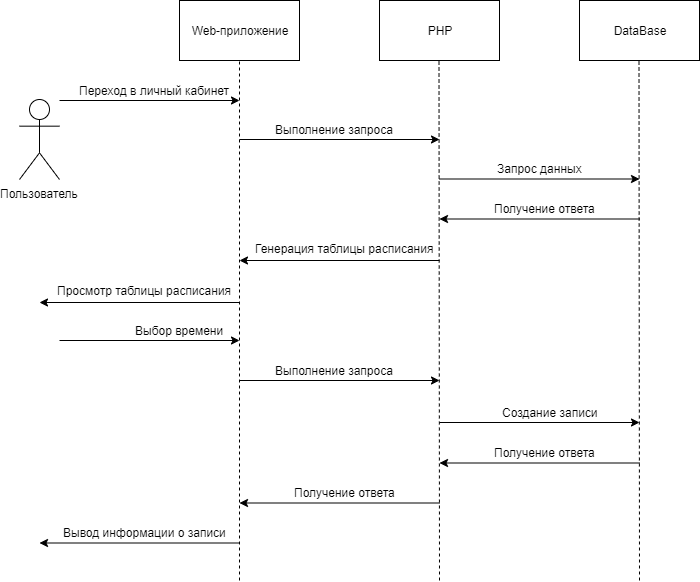
Before: Диаграммы/Диаграмма последовательности записи.png, a diagram exported from draw.io (AntonRakov/vkr). Source tidied: cells renumbered, new cells last; positions are measured from the earlier drawing's top-left corner, leaving out a move shared by most shapes.
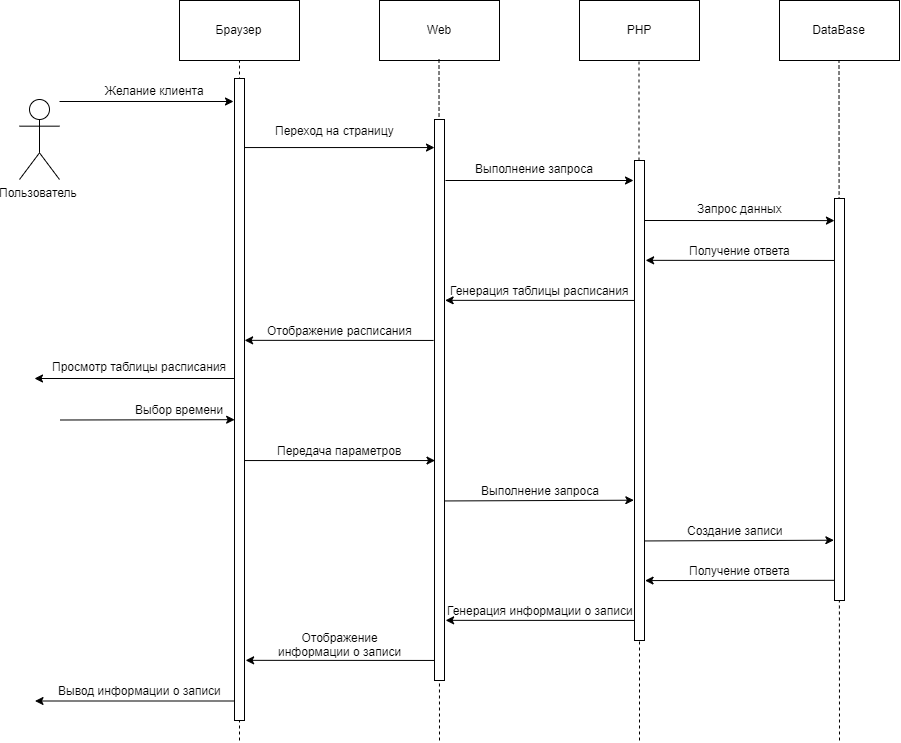
The same file after the commit.

What changed in the source:
```diff
@@ -2,142 +2,199 @@
   <root>
     <mxCell id="0" />
     <mxCell id="1" parent="0" />
-    <mxCell id="2" style="edgeStyle=orthogonalEdgeStyle;rounded=0;orthogonalLoop=1;jettySize=auto;html=1;endArrow=classic;endFill=1;" parent="1" edge="1">
-      <mxGeometry relative="1" as="geometry">
-        <mxPoint x="40" y="100" as="sourcePoint" />
-        <mxPoint x="220" y="100" as="targetPoint" />
-      </mxGeometry>
-    </mxCell>
     <mxCell id="3" value="Пользователь" style="shape=umlActor;verticalLabelPosition=bottom;labelBackgroundColor=#ffffff;verticalAlign=top;html=1;" parent="1" vertex="1">
       <mxGeometry y="99" width="40" height="80" as="geometry" />
     </mxCell>
-    <mxCell id="4" value="Web-приложение" style="rounded=0;whiteSpace=wrap;html=1;" parent="1" vertex="1">
+    <mxCell id="4" value="Браузер" style="rounded=0;whiteSpace=wrap;html=1;" parent="1" vertex="1">
       <mxGeometry x="160" width="120" height="60" as="geometry" />
     </mxCell>
     <mxCell id="5" value="PHP" style="rounded=0;whiteSpace=wrap;html=1;" parent="1" vertex="1">
-      <mxGeometry x="360" width="120" height="60" as="geometry" />
+      <mxGeometry x="560" width="120" height="60" as="geometry" />
     </mxCell>
     <mxCell id="6" value="DataBase" style="rounded=0;whiteSpace=wrap;html=1;" parent="1" vertex="1">
-      <mxGeometry x="560" width="120" height="60" as="geometry" />
+      <mxGeometry x="760" width="120" height="60" as="geometry" />
     </mxCell>
     <mxCell id="7" style="endArrow=none;dashed=1;html=1;entryX=0.5;entryY=1;entryDx=0;entryDy=0;" parent="1" edge="1" target="4">
       <mxGeometry relative="1" as="geometry">
-        <mxPoint x="220" y="580" as="sourcePoint" />
+        <mxPoint x="220" y="740" as="sourcePoint" />
       </mxGeometry>
     </mxCell>
-    <mxCell id="8" style="endArrow=none;dashed=1;html=1;entryX=0.5;entryY=1;entryDx=0;entryDy=0;" parent="1" edge="1">
+    <mxCell id="8" style="endArrow=none;dashed=1;html=1;entryX=0.5;entryY=1;entryDx=0;entryDy=0;" parent="1" edge="1" source="42">
       <mxGeometry relative="1" as="geometry">
-        <mxPoint x="420" y="580" as="sourcePoint" />
-        <mxPoint x="419.5" y="60" as="targetPoint" />
+        <mxPoint x="619.5" y="60" as="targetPoint" />
       </mxGeometry>
     </mxCell>
     <mxCell id="9" style="endArrow=none;dashed=1;html=1;entryX=0.5;entryY=1;entryDx=0;entryDy=0;" parent="1" edge="1">
       <mxGeometry relative="1" as="geometry">
-        <mxPoint x="620" y="580" as="sourcePoint" />
-        <mxPoint x="619.5" y="60" as="targetPoint" />
+        <mxPoint x="820" y="740" as="sourcePoint" />
+        <mxPoint x="819.5" y="60" as="targetPoint" />
       </mxGeometry>
     </mxCell>
-    <mxCell id="10" style="edgeStyle=orthogonalEdgeStyle;rounded=0;orthogonalLoop=1;jettySize=auto;html=1;endArrow=classic;endFill=1;" parent="1" edge="1">
-      <mxGeometry relative="1" as="geometry">
-        <mxPoint x="220" y="139" as="sourcePoint" />
-        <mxPoint x="420" y="139" as="targetPoint" />
-      </mxGeometry>
-    </mxCell>
-    <mxCell id="11" style="edgeStyle=orthogonalEdgeStyle;rounded=0;orthogonalLoop=1;jettySize=auto;html=1;endArrow=classic;endFill=1;" parent="1" edge="1">
-      <mxGeometry relative="1" as="geometry">
-        <mxPoint x="420" y="178.5" as="sourcePoint" />
-        <mxPoint x="620" y="178.5" as="targetPoint" />
-      </mxGeometry>
-    </mxCell>
-    <mxCell id="12" value="Переход в личный кабинет" style="text;html=1;align=center;verticalAlign=middle;" parent="1" vertex="1">
-      <mxGeometry x="50" y="80" width="170" height="20" as="geometry" />
+    <mxCell id="12" value="Желание клиента" style="text;html=1;align=center;verticalAlign=middle;" parent="1" vertex="1">
+      <mxGeometry x="80" y="80" width="110" height="20" as="geometry" />
     </mxCell>
     <mxCell id="13" value="Выполнение запроса" style="text;html=1;align=center;verticalAlign=middle;" parent="1" vertex="1">
-      <mxGeometry x="250" y="119" width="130" height="20" as="geometry" />
+      <mxGeometry x="450" y="158" width="130" height="20" as="geometry" />
     </mxCell>
     <mxCell id="14" value="Запрос данных" style="text;html=1;align=center;verticalAlign=middle;" parent="1" vertex="1">
-      <mxGeometry x="470" y="158" width="100" height="20" as="geometry" />
+      <mxGeometry x="670" y="198" width="100" height="20" as="geometry" />
     </mxCell>
-    <mxCell id="15" style="edgeStyle=orthogonalEdgeStyle;rounded=0;orthogonalLoop=1;jettySize=auto;html=1;endArrow=none;endFill=0;startArrow=classic;startFill=1;" parent="1" edge="1">
-      <mxGeometry relative="1" as="geometry">
-        <mxPoint x="220" y="260" as="sourcePoint" />
-        <mxPoint x="420" y="260" as="targetPoint" />
-      </mxGeometry>
-    </mxCell>
-    <mxCell id="16" style="edgeStyle=orthogonalEdgeStyle;rounded=0;orthogonalLoop=1;jettySize=auto;html=1;endArrow=none;endFill=0;startArrow=classic;startFill=1;" parent="1" edge="1">
-      <mxGeometry relative="1" as="geometry">
-        <mxPoint x="420" y="218.5" as="sourcePoint" />
-        <mxPoint x="620" y="218.5" as="targetPoint" />
-      </mxGeometry>
-    </mxCell>
     <mxCell id="17" value="Получение ответа" style="text;html=1;align=center;verticalAlign=middle;" parent="1" vertex="1">
-      <mxGeometry x="465" y="198" width="120" height="20" as="geometry" />
+      <mxGeometry x="660" y="240" width="120" height="20" as="geometry" />
     </mxCell>
     <mxCell id="18" value="Генерация таблицы расписания" style="text;html=1;align=center;verticalAlign=middle;" parent="1" vertex="1">
-      <mxGeometry x="230" y="238" width="190" height="20" as="geometry" />
+      <mxGeometry x="425" y="280" width="190" height="20" as="geometry" />
     </mxCell>
-    <mxCell id="19" style="edgeStyle=orthogonalEdgeStyle;rounded=0;orthogonalLoop=1;jettySize=auto;html=1;endArrow=classic;endFill=1;" parent="1" edge="1">
-      <mxGeometry relative="1" as="geometry">
-        <mxPoint x="40" y="340" as="sourcePoint" />
-        <mxPoint x="220" y="340" as="targetPoint" />
-      </mxGeometry>
-    </mxCell>
     <mxCell id="20" value="Выбор времени" style="text;html=1;align=center;verticalAlign=middle;" parent="1" vertex="1">
-      <mxGeometry x="110" y="320" width="100" height="20" as="geometry" />
+      <mxGeometry x="110.5" y="398.5" width="100" height="20" as="geometry" />
     </mxCell>
-    <mxCell id="21" style="edgeStyle=orthogonalEdgeStyle;rounded=0;orthogonalLoop=1;jettySize=auto;html=1;endArrow=classic;endFill=1;" parent="1" edge="1">
-      <mxGeometry relative="1" as="geometry">
-        <mxPoint x="220" y="380" as="sourcePoint" />
-        <mxPoint x="420" y="380" as="targetPoint" />
-      </mxGeometry>
-    </mxCell>
     <mxCell id="22" value="Выполнение запроса" style="text;html=1;align=center;verticalAlign=middle;" parent="1" vertex="1">
-      <mxGeometry x="250" y="360" width="130" height="20" as="geometry" />
+      <mxGeometry x="455.5" y="480" width="130" height="20" as="geometry" />
     </mxCell>
-    <mxCell id="23" style="edgeStyle=orthogonalEdgeStyle;rounded=0;orthogonalLoop=1;jettySize=auto;html=1;endArrow=classic;endFill=1;" parent="1" edge="1">
-      <mxGeometry relative="1" as="geometry">
-        <mxPoint x="420" y="422" as="sourcePoint" />
-        <mxPoint x="620" y="422" as="targetPoint" />
-      </mxGeometry>
-    </mxCell>
     <mxCell id="24" value="Создание записи" style="text;html=1;align=center;verticalAlign=middle;" parent="1" vertex="1">
-      <mxGeometry x="475" y="402" width="110" height="20" as="geometry" />
+      <mxGeometry x="660.5" y="520" width="110" height="20" as="geometry" />
     </mxCell>
-    <mxCell id="25" style="edgeStyle=orthogonalEdgeStyle;rounded=0;orthogonalLoop=1;jettySize=auto;html=1;endArrow=none;endFill=0;startArrow=classic;startFill=1;" parent="1" edge="1">
-      <mxGeometry relative="1" as="geometry">
-        <mxPoint x="420" y="462.5" as="sourcePoint" />
-        <mxPoint x="620" y="462.5" as="targetPoint" />
-      </mxGeometry>
-    </mxCell>
-    <mxCell id="26" value="Получение ответа" style="text;html=1;align=center;verticalAlign=middle;" parent="1" vertex="1">
-      <mxGeometry x="465" y="442" width="120" height="20" as="geometry" />
-    </mxCell>
-    <mxCell id="27" style="edgeStyle=orthogonalEdgeStyle;rounded=0;orthogonalLoop=1;jettySize=auto;html=1;endArrow=none;endFill=0;startArrow=classic;startFill=1;" parent="1" edge="1">
-      <mxGeometry relative="1" as="geometry">
-        <mxPoint x="220" y="502.5" as="sourcePoint" />
-        <mxPoint x="420" y="502.5" as="targetPoint" />
-      </mxGeometry>
-    </mxCell>
-    <mxCell id="28" value="Получение ответа" style="text;html=1;align=center;verticalAlign=middle;" parent="1" vertex="1">
-      <mxGeometry x="265" y="482" width="120" height="20" as="geometry" />
-    </mxCell>
-    <mxCell id="29" style="edgeStyle=orthogonalEdgeStyle;rounded=0;orthogonalLoop=1;jettySize=auto;html=1;endArrow=none;endFill=0;startArrow=classic;startFill=1;" parent="1" edge="1">
-      <mxGeometry relative="1" as="geometry">
-        <mxPoint x="20" y="542.5" as="sourcePoint" />
-        <mxPoint x="220" y="542.5" as="targetPoint" />
-      </mxGeometry>
-    </mxCell>
-    <mxCell id="30" value="Вывод информации о записи" style="text;html=1;align=center;verticalAlign=middle;" parent="1" vertex="1">
-      <mxGeometry x="35" y="522" width="180" height="20" as="geometry" />
-    </mxCell>
     <mxCell id="31" style="edgeStyle=orthogonalEdgeStyle;rounded=0;orthogonalLoop=1;jettySize=auto;html=1;endArrow=none;endFill=0;startArrow=classic;startFill=1;" parent="1" edge="1">
       <mxGeometry relative="1" as="geometry">
-        <mxPoint x="20" y="302" as="sourcePoint" />
-        <mxPoint x="220" y="302" as="targetPoint" />
+        <mxPoint x="15" y="378" as="sourcePoint" />
+        <mxPoint x="215" y="378" as="targetPoint" />
       </mxGeometry>
     </mxCell>
     <mxCell id="32" value="Просмотр таблицы расписания" style="text;html=1;align=center;verticalAlign=middle;" parent="1" vertex="1">
-      <mxGeometry x="30" y="280" width="190" height="20" as="geometry" />
+      <mxGeometry x="25" y="356" width="190" height="20" as="geometry" />
     </mxCell>
+    <mxCell id="33" style="html=1;points=[];perimeter=orthogonalPerimeter;" parent="1" vertex="1">
+      <mxGeometry x="215" y="78" width="10" height="642" as="geometry" />
+    </mxCell>
+    <mxCell id="34" style="endArrow=classic;html=1;entryX=-0.036;entryY=0.545;entryDx=0;entryDy=0;entryPerimeter=0;" parent="1" edge="1">
+      <mxGeometry relative="1" as="geometry">
+        <mxPoint x="40.5" y="419.5" as="sourcePoint" />
+        <mxPoint x="215.1" y="419.2" as="targetPoint" />
+      </mxGeometry>
+    </mxCell>
+    <mxCell id="35" style="endArrow=classic;html=1;" parent="1" edge="1">
+      <mxGeometry relative="1" as="geometry">
+        <mxPoint x="40" y="101" as="sourcePoint" />
+        <mxPoint x="214" y="101" as="targetPoint" />
+      </mxGeometry>
+    </mxCell>
+    <mxCell id="36" value="Web" style="rounded=0;whiteSpace=wrap;html=1;" parent="1" vertex="1">
+      <mxGeometry x="360" width="120" height="60" as="geometry" />
+    </mxCell>
+    <mxCell id="37" style="endArrow=none;dashed=1;html=1;entryX=0.5;entryY=1;entryDx=0;entryDy=0;" parent="1" edge="1">
+      <mxGeometry relative="1" as="geometry">
+        <mxPoint x="420" y="740" as="sourcePoint" />
+        <mxPoint x="419.5" y="59" as="targetPoint" />
+      </mxGeometry>
+    </mxCell>
+    <mxCell id="38" style="html=1;points=[];perimeter=orthogonalPerimeter;" parent="1" vertex="1">
+      <mxGeometry x="415" y="119" width="10" height="561" as="geometry" />
+    </mxCell>
+    <mxCell id="39" style="endArrow=classic;html=1;entryX=0;entryY=0.05;entryDx=0;entryDy=0;entryPerimeter=0;exitX=1.013;exitY=0.127;exitDx=0;exitDy=0;exitPerimeter=0;" parent="1" edge="1" source="33" target="38">
+      <mxGeometry relative="1" as="geometry" />
+    </mxCell>
+    <mxCell id="40" value="Переход на страницу" style="text;html=1;align=center;verticalAlign=middle;" parent="1" vertex="1">
+      <mxGeometry x="250" y="120" width="130" height="20" as="geometry" />
+    </mxCell>
+    <mxCell id="41" style="endArrow=classic;html=1;" parent="1" edge="1">
+      <mxGeometry relative="1" as="geometry">
+        <mxPoint x="426" y="180" as="sourcePoint" />
+        <mxPoint x="614" y="180" as="targetPoint" />
+      </mxGeometry>
+    </mxCell>
+    <mxCell id="42" style="html=1;points=[];perimeter=orthogonalPerimeter;" parent="1" vertex="1">
+      <mxGeometry x="615" y="160" width="10" height="480" as="geometry" />
+    </mxCell>
+    <mxCell id="43" style="endArrow=none;dashed=1;html=1;entryX=0.5;entryY=1;entryDx=0;entryDy=0;" parent="1" edge="1" target="42">
+      <mxGeometry relative="1" as="geometry">
+        <mxPoint x="620" y="740" as="sourcePoint" />
+      </mxGeometry>
+    </mxCell>
+    <mxCell id="44" style="html=1;points=[];perimeter=orthogonalPerimeter;" parent="1" vertex="1">
+      <mxGeometry x="815" y="198" width="10" height="402" as="geometry" />
+    </mxCell>
+    <mxCell id="45" style="endArrow=classic;html=1;entryX=1.062;entryY=0.312;entryDx=0;entryDy=0;entryPerimeter=0;exitX=-0.042;exitY=0.256;exitDx=0;exitDy=0;exitPerimeter=0;" parent="1" edge="1">
+      <mxGeometry relative="1" as="geometry">
+        <mxPoint x="614.6" y="300" as="sourcePoint" />
+        <mxPoint x="425.6" y="299.8" as="targetPoint" />
+      </mxGeometry>
+    </mxCell>
+    <mxCell id="46" style="endArrow=classic;html=1;entryX=1.062;entryY=0.312;entryDx=0;entryDy=0;entryPerimeter=0;exitX=-0.042;exitY=0.256;exitDx=0;exitDy=0;exitPerimeter=0;" parent="1" edge="1">
+      <mxGeometry relative="1" as="geometry">
+        <mxPoint x="414.1" y="340" as="sourcePoint" />
+        <mxPoint x="225.1" y="339.8" as="targetPoint" />
+      </mxGeometry>
+    </mxCell>
+    <mxCell id="47" value="Отображение расписания" style="text;html=1;align=center;verticalAlign=middle;" parent="1" vertex="1">
+      <mxGeometry x="240" y="320" width="160" height="20" as="geometry" />
+    </mxCell>
+    <mxCell id="48" style="endArrow=classic;html=1;entryX=0;entryY=0.05;entryDx=0;entryDy=0;entryPerimeter=0;exitX=1.013;exitY=0.127;exitDx=0;exitDy=0;exitPerimeter=0;" parent="1" edge="1">
+      <mxGeometry relative="1" as="geometry">
+        <mxPoint x="225.5" y="460" as="sourcePoint" />
+        <mxPoint x="415.5" y="460" as="targetPoint" />
+      </mxGeometry>
+    </mxCell>
+    <mxCell id="49" value="Передача параметров" style="text;html=1;align=center;verticalAlign=middle;" parent="1" vertex="1">
+      <mxGeometry x="250.5" y="440" width="140" height="20" as="geometry" />
+    </mxCell>
+    <mxCell id="50" style="endArrow=classic;html=1;exitX=1;exitY=0.152;exitDx=0;exitDy=0;exitPerimeter=0;entryX=-0.114;entryY=0.06;entryDx=0;entryDy=0;entryPerimeter=0;" parent="1" edge="1">
+      <mxGeometry relative="1" as="geometry">
+        <mxPoint x="425.5" y="500.5" as="sourcePoint" />
+        <mxPoint x="614.4" y="499.7" as="targetPoint" />
+      </mxGeometry>
+    </mxCell>
+    <mxCell id="51" style="endArrow=classic;html=1;exitX=1;exitY=0.152;exitDx=0;exitDy=0;exitPerimeter=0;entryX=-0.114;entryY=0.06;entryDx=0;entryDy=0;entryPerimeter=0;" parent="1" edge="1">
+      <mxGeometry relative="1" as="geometry">
+        <mxPoint x="625.5" y="540.5" as="sourcePoint" />
+        <mxPoint x="814.4" y="539.7" as="targetPoint" />
+      </mxGeometry>
+    </mxCell>
+    <mxCell id="52" value="Получение ответа" style="text;html=1;align=center;verticalAlign=middle;" parent="1" vertex="1">
+      <mxGeometry x="660.5" y="560" width="120" height="20" as="geometry" />
+    </mxCell>
+    <mxCell id="53" style="endArrow=classic;html=1;entryX=1.007;entryY=0.278;entryDx=0;entryDy=0;entryPerimeter=0;exitX=-0.091;exitY=0.192;exitDx=0;exitDy=0;exitPerimeter=0;" parent="1" edge="1">
+      <mxGeometry relative="1" as="geometry">
+        <mxPoint x="814.6" y="579.8" as="sourcePoint" />
+        <mxPoint x="625.6" y="580.1" as="targetPoint" />
+      </mxGeometry>
+    </mxCell>
+    <mxCell id="54" style="endArrow=classic;html=1;entryX=-0.002;entryY=0.055;entryDx=0;entryDy=0;entryPerimeter=0;" parent="1" edge="1" target="44">
+      <mxGeometry relative="1" as="geometry">
+        <mxPoint x="625" y="220" as="sourcePoint" />
+      </mxGeometry>
+    </mxCell>
+    <mxCell id="55" style="endArrow=classic;html=1;entryX=1.062;entryY=0.312;entryDx=0;entryDy=0;entryPerimeter=0;exitX=-0.042;exitY=0.256;exitDx=0;exitDy=0;exitPerimeter=0;" parent="1" edge="1">
+      <mxGeometry relative="1" as="geometry">
+        <mxPoint x="815.1" y="260" as="sourcePoint" />
+        <mxPoint x="626.1" y="259.8" as="targetPoint" />
+      </mxGeometry>
+    </mxCell>
+    <mxCell id="56" value="Генерация информации о записи" style="text;html=1;align=center;verticalAlign=middle;" parent="1" vertex="1">
+      <mxGeometry x="420.5" y="600" width="200" height="20" as="geometry" />
+    </mxCell>
+    <mxCell id="57" style="endArrow=classic;html=1;entryX=1.062;entryY=0.312;entryDx=0;entryDy=0;entryPerimeter=0;exitX=-0.042;exitY=0.256;exitDx=0;exitDy=0;exitPerimeter=0;" parent="1" edge="1">
+      <mxGeometry relative="1" as="geometry">
+        <mxPoint x="615.1" y="620" as="sourcePoint" />
+        <mxPoint x="426.1" y="619.8" as="targetPoint" />
+      </mxGeometry>
+    </mxCell>
+    <mxCell id="58" value="Отображение&lt;br&gt;информации о записи" style="text;html=1;align=center;verticalAlign=middle;" parent="1" vertex="1">
+      <mxGeometry x="250.5" y="630" width="140" height="30" as="geometry" />
+    </mxCell>
+    <mxCell id="59" style="endArrow=classic;html=1;entryX=1.062;entryY=0.312;entryDx=0;entryDy=0;entryPerimeter=0;exitX=-0.042;exitY=0.256;exitDx=0;exitDy=0;exitPerimeter=0;" parent="1" edge="1">
+      <mxGeometry relative="1" as="geometry">
+        <mxPoint x="415.1" y="660" as="sourcePoint" />
+        <mxPoint x="226.1" y="659.8" as="targetPoint" />
+      </mxGeometry>
+    </mxCell>
+    <mxCell id="60" style="edgeStyle=orthogonalEdgeStyle;rounded=0;orthogonalLoop=1;jettySize=auto;html=1;endArrow=none;endFill=0;startArrow=classic;startFill=1;" parent="1" edge="1">
+      <mxGeometry relative="1" as="geometry">
+        <mxPoint x="15.5" y="700.5" as="sourcePoint" />
+        <mxPoint x="215.5" y="700.5" as="targetPoint" />
+      </mxGeometry>
+    </mxCell>
+    <mxCell id="30" value="Вывод информации о записи" style="text;html=1;align=center;verticalAlign=middle;" parent="1" vertex="1">
+      <mxGeometry x="30.5" y="680" width="180" height="20" as="geometry" />
+    </mxCell>
   </root>
 </mxGraphModel>
```
